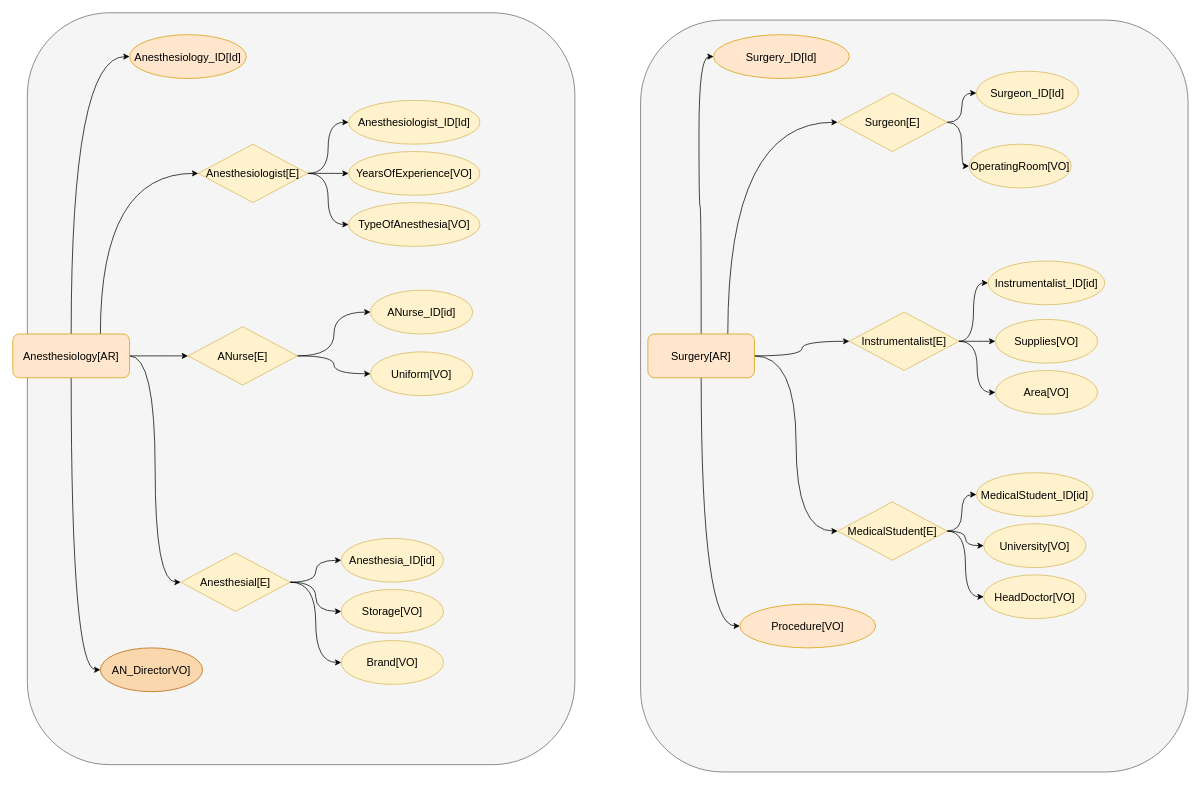
The draw.io diagram page "Sub-Domain" (2 of 4) of model.drawio in shermaes/hospital-ddd, before the edit. Source tidied: cells renumbered, new cells numbered last; positions are measured from the earlier drawing's top-left corner, leaving out a move shared by most shapes. Both pictures are drawn from the tidied source at 73%, with x=0, y=0 at pixel (12, 12).
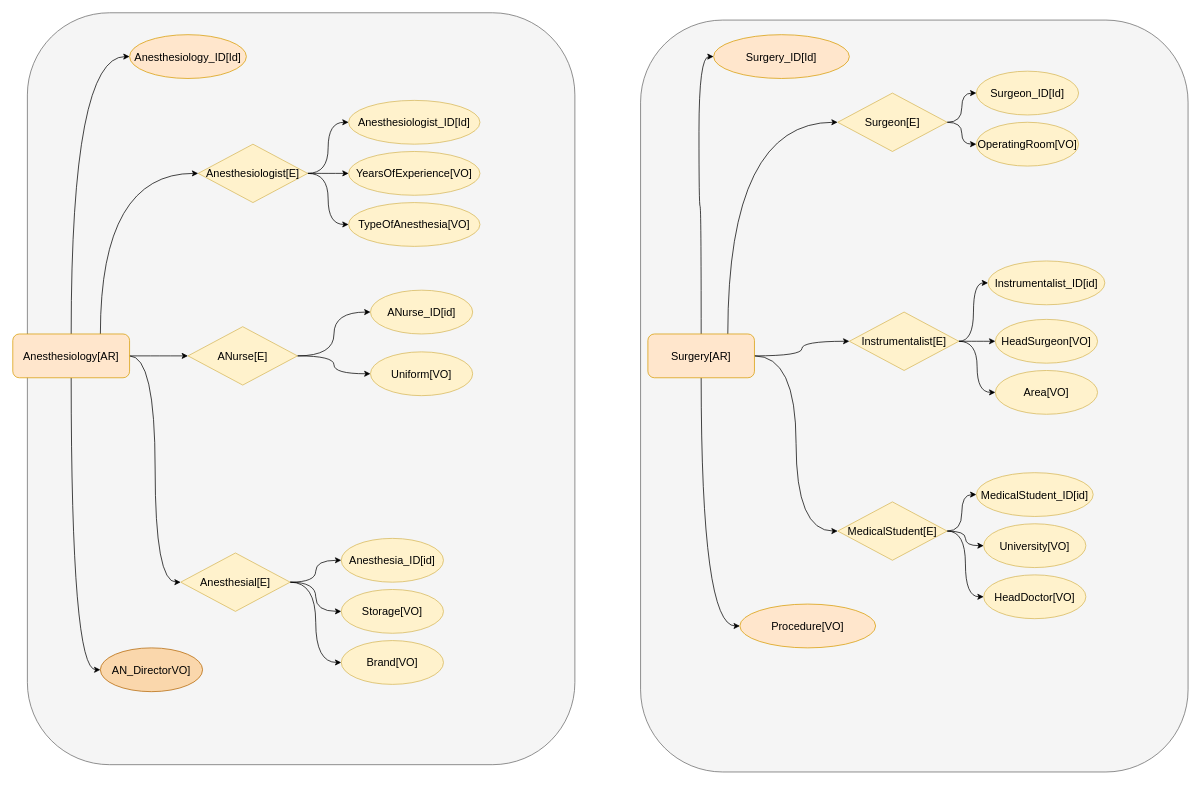
The same page after the edit.

Change to the diagram source:
```diff
@@
     <mxCell id="33" value="OperatingRoom[VO]" style="ellipse;whiteSpace=wrap;html=1;fontSize=15;fillColor=#fff2cc;strokeColor=#d6b656;" parent="1" vertex="1">
-      <mxGeometry x="1310" y="180" width="140" height="60" as="geometry" />
+      <mxGeometry x="1320" y="150" width="140" height="60" as="geometry" />
     </mxCell>
@@
-    <mxCell id="38" value="Supplies[VO]" style="ellipse;whiteSpace=wrap;html=1;fontSize=15;fillColor=#fff2cc;strokeColor=#d6b656;" parent="1" vertex="1">
+    <mxCell id="38" value="HeadSurgeon[VO]" style="ellipse;whiteSpace=wrap;html=1;fontSize=15;fillColor=#fff2cc;strokeColor=#d6b656;" parent="1" vertex="1">
       <mxGeometry x="1346" y="420" width="140" height="60" as="geometry" />
     </mxCell>
```
